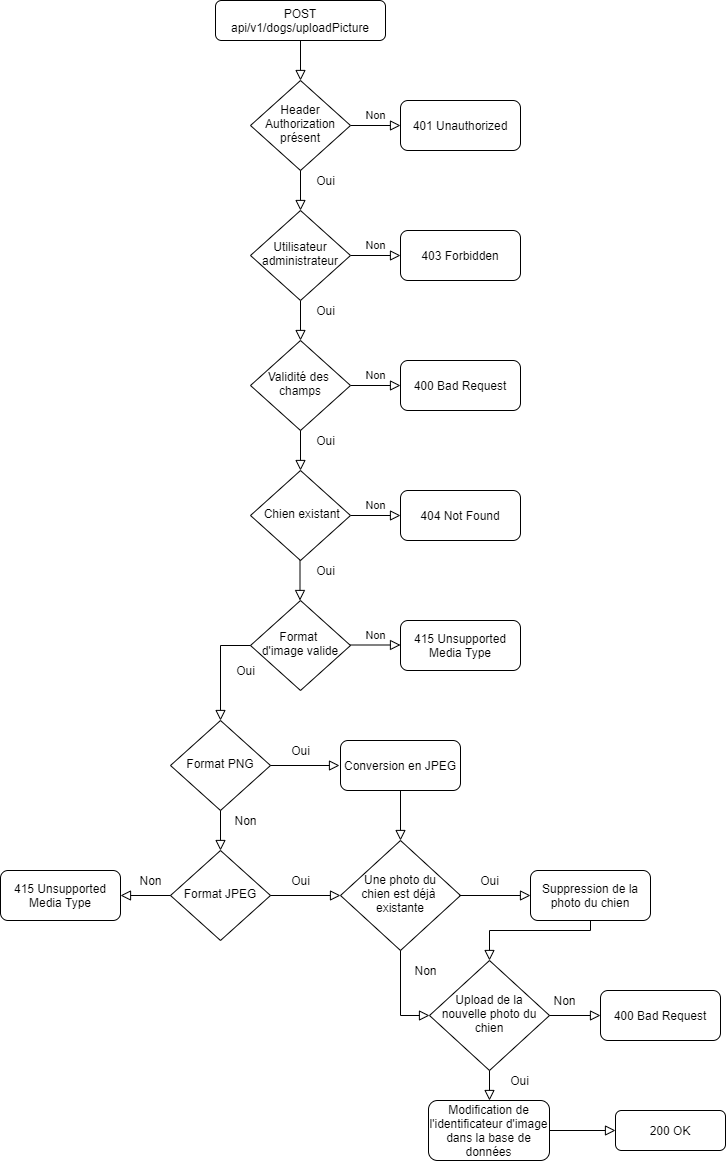
Above: documentation/diagram/drawio/flowchartUploadDogPicture.png in jonathanboreljaquet/bj-travail-diplome-2021 (draw.io), before the change. Source tidied: cells renumbered, new cells last; positions are measured from the earlier drawing's top-left corner, leaving out a move shared by most shapes.
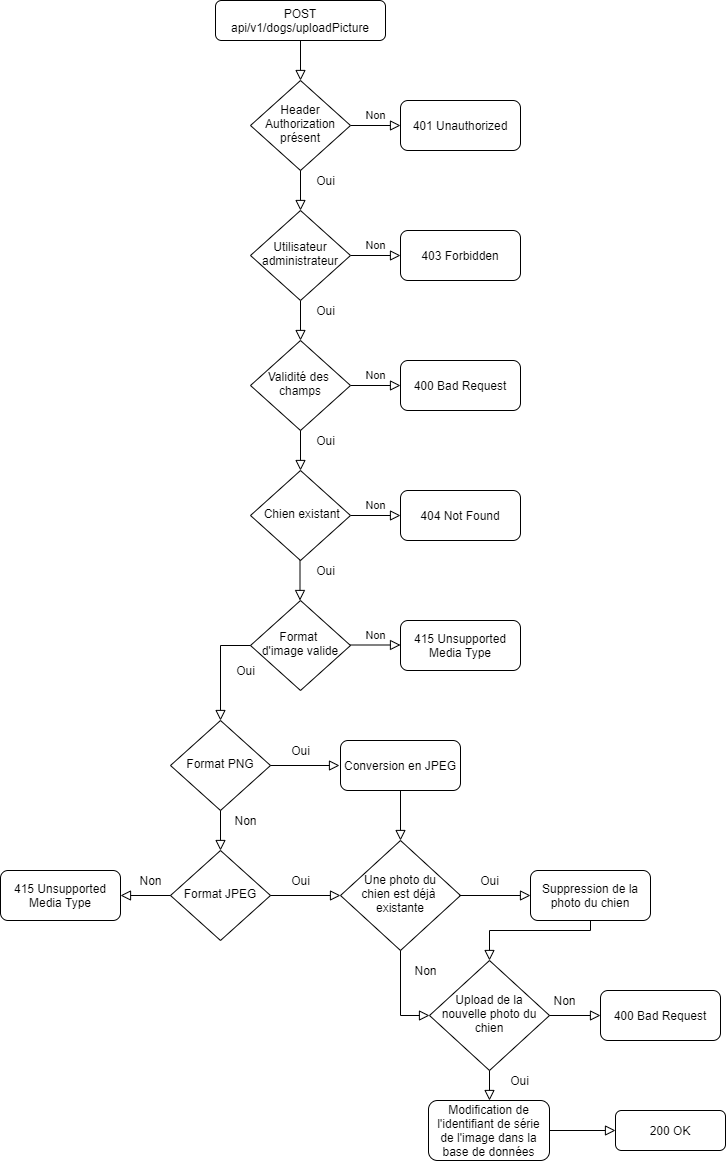
After the commit.

The edit, as a diff of the source:
```diff
@@ -209,7 +209,7 @@
         </Array>
       </mxGeometry>
     </mxCell>
-    <mxCell id="54" value="Modification de l'identificateur d'image dans la base de données" style="rounded=1;whiteSpace=wrap;html=1;fontSize=12;glass=0;strokeWidth=1;shadow=0;" parent="1" vertex="1">
+    <mxCell id="54" value="Modification de l'identifiant de série de l'image dans la base de données" style="rounded=1;whiteSpace=wrap;html=1;fontSize=12;glass=0;strokeWidth=1;shadow=0;" parent="1" vertex="1">
       <mxGeometry x="428" y="1100" width="121" height="60" as="geometry" />
     </mxCell>
     <mxCell id="55" style="rounded=0;html=1;jettySize=auto;fontSize=11;endArrow=block;endFill=0;endSize=8;strokeWidth=1;shadow=0;labelBackgroundColor=none;edgeStyle=orthogonalEdgeStyle;exitX=1;exitY=0.5;exitDx=0;exitDy=0;entryX=0;entryY=0.5;entryDx=0;entryDy=0;" parent="1" edge="1" source="54" target="56">
```
